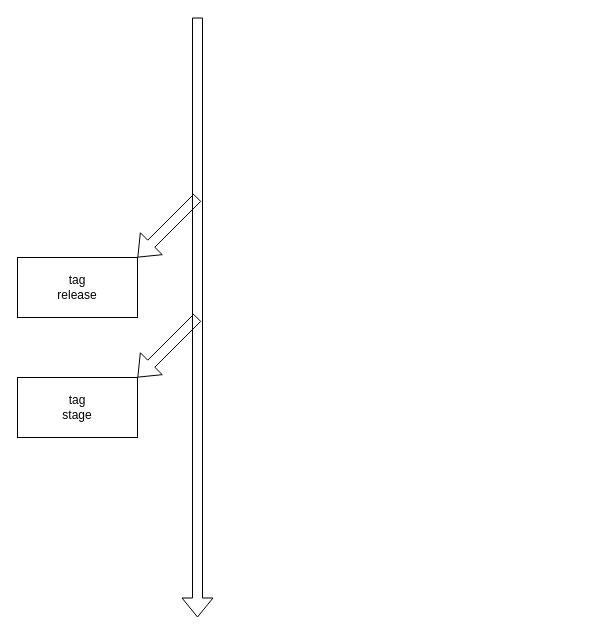
Above: page "CI/CD" (3 of 3) of draws/uml.drawio in m-valkov/scout-backend (draw.io), before the change. Source tidied: cells renumbered, new cells numbered last; positions are measured from the earlier drawing's top-left corner, leaving out a move shared by most shapes. Both pictures are drawn from the tidied source at 100%, with x=0, y=0 at pixel (17, 17).
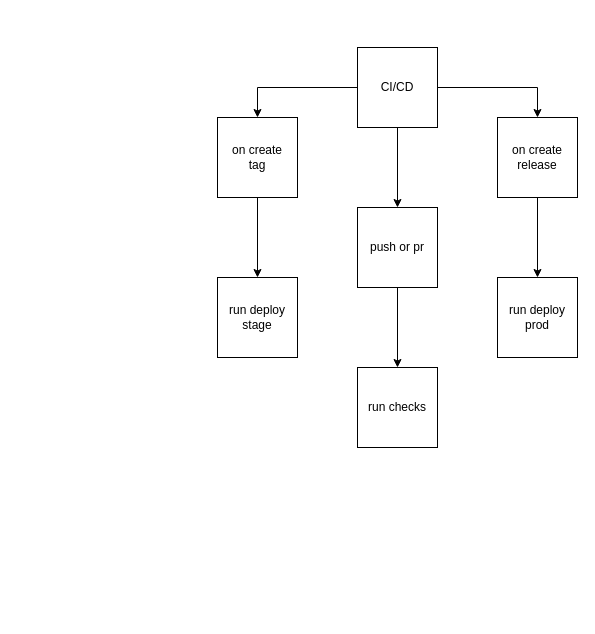
The same page after the edit.

Change to the diagram source:
```diff
@@
 <mxGraphModel>
   <root>
     <mxCell id="0" />
     <mxCell id="1" parent="0" />
-    <mxCell id="2" style="shape=flexArrow;endArrow=classic;html=1;rounded=0;" parent="1" edge="1">
-      <mxGeometry relative="1" as="geometry">
-        <mxPoint x="180" as="sourcePoint" />
-        <mxPoint x="180" y="600" as="targetPoint" />
-      </mxGeometry>
-    </mxCell>
-    <mxCell id="3" style="shape=flexArrow;endArrow=classic;html=1;rounded=0;" parent="1" edge="1">
-      <mxGeometry relative="1" as="geometry">
-        <mxPoint x="180" y="180" as="sourcePoint" />
-        <mxPoint x="120" y="240" as="targetPoint" />
-      </mxGeometry>
-    </mxCell>
-    <mxCell id="4" value="tag&lt;br&gt;release" style="rounded=0;whiteSpace=wrap;html=1;" parent="1" vertex="1">
-      <mxGeometry y="240" width="120" height="60" as="geometry" />
-    </mxCell>
-    <mxCell id="5" value="tag&lt;br&gt;stage" style="rounded=0;whiteSpace=wrap;html=1;" parent="1" vertex="1">
-      <mxGeometry y="360" width="120" height="60" as="geometry" />
-    </mxCell>
-    <mxCell id="6" style="shape=flexArrow;endArrow=classic;html=1;rounded=0;" parent="1" edge="1">
-      <mxGeometry relative="1" as="geometry">
-        <mxPoint x="180" y="300" as="sourcePoint" />
-        <mxPoint x="120" y="360" as="targetPoint" />
-      </mxGeometry>
-    </mxCell>
+    <mxCell id="7" style="edgeStyle=orthogonalEdgeStyle;rounded=0;jettySize=auto;html=1;entryX=0.5;entryY=0;entryDx=0;entryDy=0;" parent="1" edge="1" source="10" target="12">
+      <mxGeometry relative="1" as="geometry" />
+    </mxCell>
+    <mxCell id="8" style="edgeStyle=orthogonalEdgeStyle;rounded=0;jettySize=auto;html=1;entryX=0.5;entryY=0;entryDx=0;entryDy=0;" parent="1" edge="1" source="10" target="14">
+      <mxGeometry relative="1" as="geometry" />
+    </mxCell>
+    <mxCell id="9" style="edgeStyle=orthogonalEdgeStyle;rounded=0;jettySize=auto;html=1;" parent="1" edge="1" source="10" target="16">
+      <mxGeometry relative="1" as="geometry" />
+    </mxCell>
+    <mxCell id="10" value="CI/CD" style="rounded=0;whiteSpace=wrap;html=1;" parent="1" vertex="1">
+      <mxGeometry x="340" y="30" width="80" height="80" as="geometry" />
+    </mxCell>
+    <mxCell id="11" style="edgeStyle=orthogonalEdgeStyle;rounded=0;jettySize=auto;html=1;" parent="1" edge="1" source="12" target="17">
+      <mxGeometry relative="1" as="geometry" />
+    </mxCell>
+    <mxCell id="12" value="on create&lt;br&gt;tag" style="rounded=0;whiteSpace=wrap;html=1;" parent="1" vertex="1">
+      <mxGeometry x="200" y="100" width="80" height="80" as="geometry" />
+    </mxCell>
+    <mxCell id="13" style="edgeStyle=orthogonalEdgeStyle;rounded=0;jettySize=auto;html=1;" parent="1" edge="1" source="14" target="18">
+      <mxGeometry relative="1" as="geometry" />
+    </mxCell>
+    <mxCell id="14" value="on create&lt;br&gt;release" style="rounded=0;whiteSpace=wrap;html=1;" parent="1" vertex="1">
+      <mxGeometry x="480" y="100" width="80" height="80" as="geometry" />
+    </mxCell>
+    <mxCell id="15" style="edgeStyle=orthogonalEdgeStyle;rounded=0;jettySize=auto;html=1;" parent="1" edge="1" source="16" target="19">
+      <mxGeometry relative="1" as="geometry" />
+    </mxCell>
+    <mxCell id="16" value="push or pr" style="rounded=0;whiteSpace=wrap;html=1;" parent="1" vertex="1">
+      <mxGeometry x="340" y="190" width="80" height="80" as="geometry" />
+    </mxCell>
+    <mxCell id="17" value="run deploy stage" style="rounded=0;whiteSpace=wrap;html=1;" parent="1" vertex="1">
+      <mxGeometry x="200" y="260" width="80" height="80" as="geometry" />
+    </mxCell>
+    <mxCell id="18" value="run deploy&lt;br&gt;prod" style="rounded=0;whiteSpace=wrap;html=1;" parent="1" vertex="1">
+      <mxGeometry x="480" y="260" width="80" height="80" as="geometry" />
+    </mxCell>
+    <mxCell id="19" value="run checks" style="rounded=0;whiteSpace=wrap;html=1;" parent="1" vertex="1">
+      <mxGeometry x="340" y="350" width="80" height="80" as="geometry" />
+    </mxCell>
   </root>
 </mxGraphModel>
```
